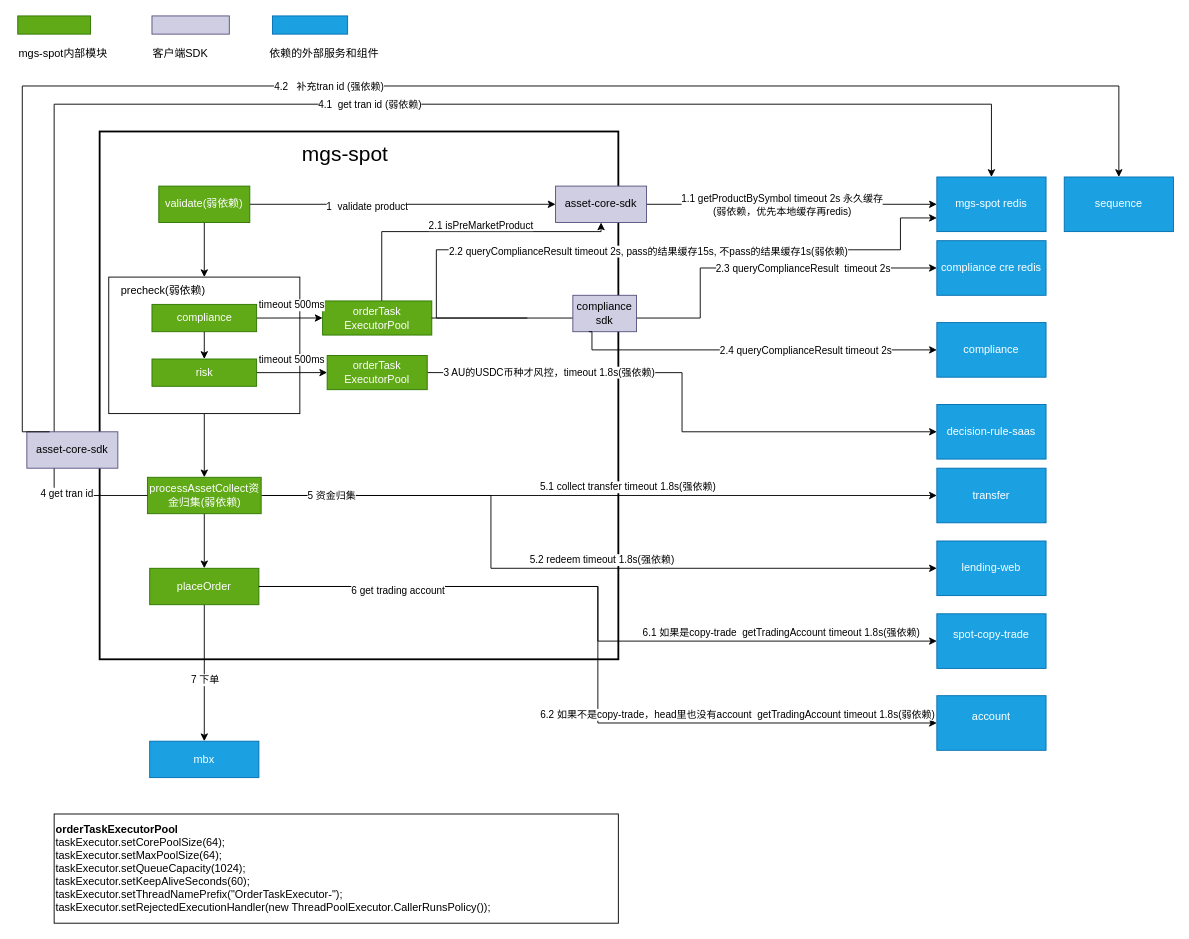
The draw.io diagram doc/mgs-spot.drawio in jackjoesh/databend, before the edit. Source tidied: cells renumbered, new cells numbered last; positions are measured from the earlier drawing's top-left corner, leaving out a move shared by most shapes. Both pictures are drawn from the tidied source at 91%, with x=0, y=0 at pixel (17, 15).
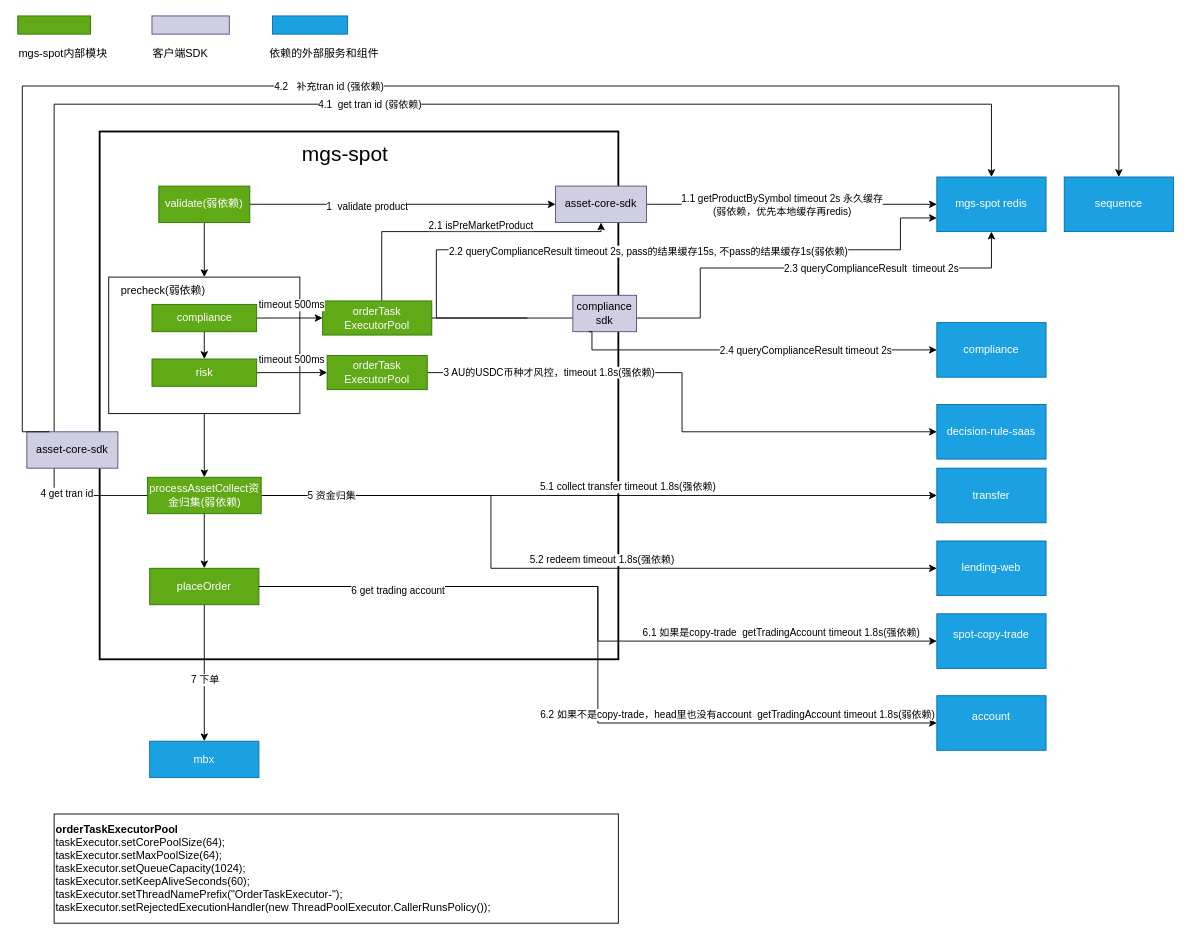
Above is the later version.

The change refers to these unchanged cells:
```xml
<mxCell id="20" value="mgs-spot redis" style="rounded=0;whiteSpace=wrap;html=1;fillColor=#1ba1e2;fontColor=#ffffff;strokeColor=#006EAF;" parent="1" vertex="1">
  <mxGeometry x="1010" y="177" width="120" height="60" as="geometry" />
</mxCell>
```

The edit, as a diff of the source:
```diff
@@
-    <mxCell id="30" value="compliance cre redis" style="rounded=0;whiteSpace=wrap;html=1;fillColor=#1ba1e2;fontColor=#ffffff;strokeColor=#006EAF;" parent="1" vertex="1">
-      <mxGeometry x="1010" y="247" width="120" height="60" as="geometry" />
-    </mxCell>
-    <mxCell id="31" style="endArrow=classic;html=1;rounded=0;edgeStyle=orthogonalEdgeStyle;" parent="1" edge="1">
+    <mxCell id="31" style="endArrow=classic;html=1;rounded=0;edgeStyle=orthogonalEdgeStyle;entryX=0.5;entryY=1;entryDx=0;entryDy=0;" parent="1" edge="1" target="20">
       <mxGeometry relative="1" as="geometry">
         <mxPoint x="455" y="332" as="sourcePoint" />
-        <mxPoint x="1010" y="277" as="targetPoint" />
         <Array as="points">
           <mxPoint x="750" y="332" />
           <mxPoint x="750" y="277" />
+          <mxPoint x="1070" y="277" />
         </Array>
       </mxGeometry>
     </mxCell>
```
